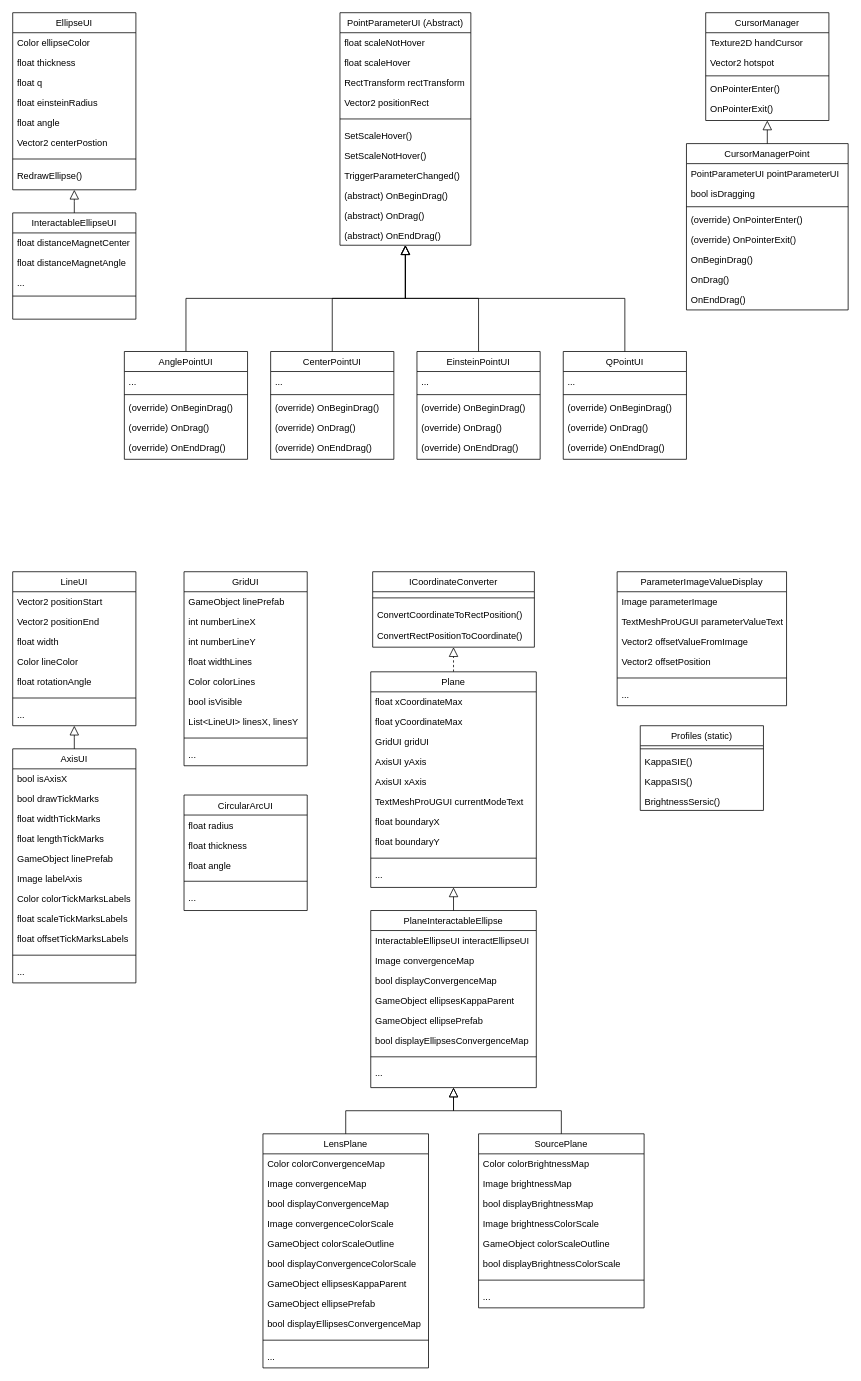
The draw.io diagram IGLOO_Diagram.drawio in shoutizix/DiagramIGLOO, before the edit. Source tidied: cells renumbered, new cells numbered last; positions are measured from the earlier drawing's top-left corner, leaving out a move shared by most shapes. Both pictures are drawn from the tidied source at 77%, with x=0, y=0 at pixel (12, 12).
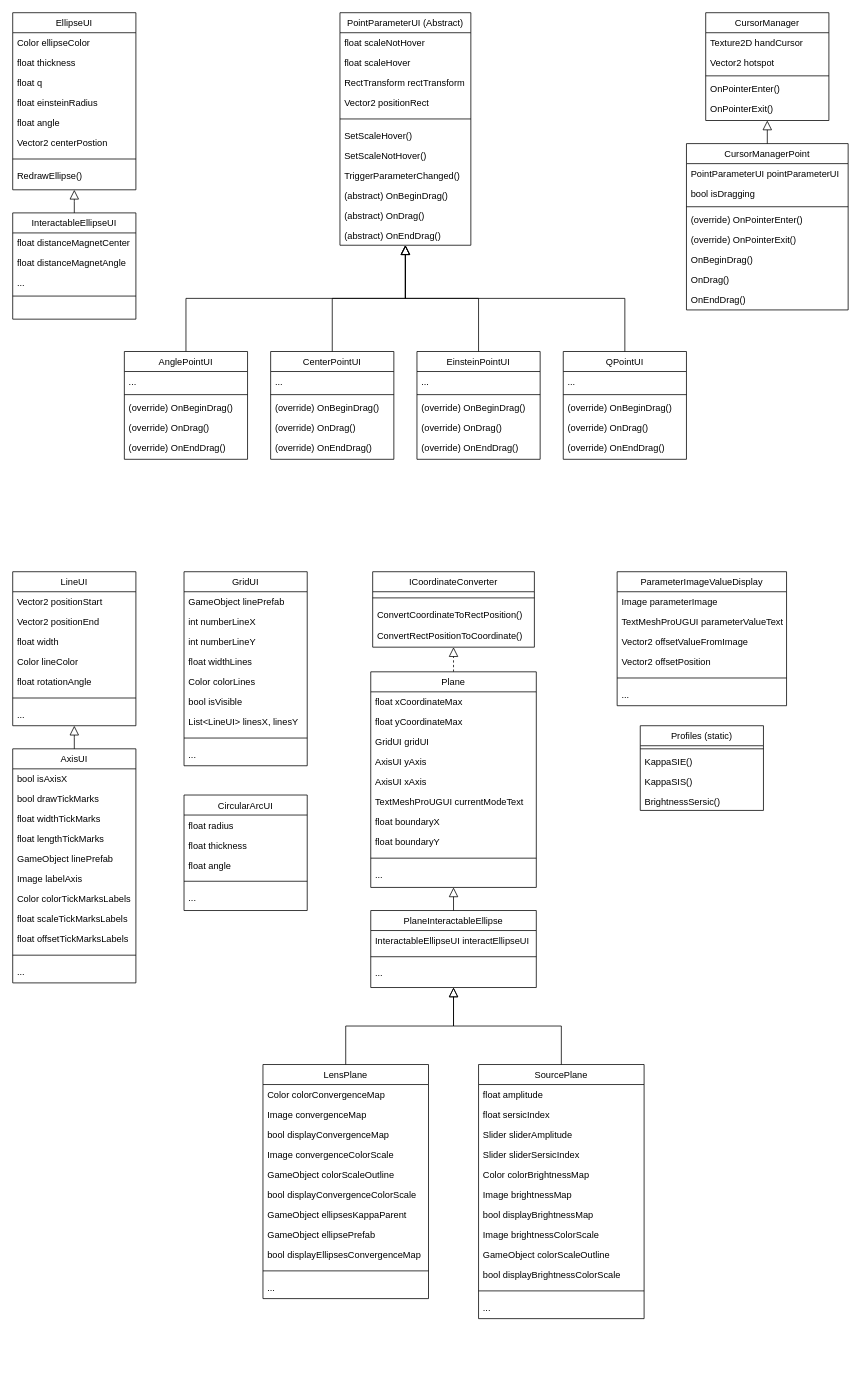
Above is the later version.

The edit, as a diff of the source:
```diff
@@
     <mxCell id="138" value="PlaneInteractableEllipse" style="swimlane;fontStyle=0;align=center;verticalAlign=top;horizontal=1;startSize=26;rounded=0;shadow=0;strokeWidth=1;" parent="1" vertex="1">
-      <mxGeometry x="465" y="1166" width="215" height="230" as="geometry" />
+      <mxGeometry x="465" y="1166" width="215" height="100" as="geometry" />
     </mxCell>
@@
-    <mxCell id="140" value="Image convergenceMap" style="text;align=left;verticalAlign=top;spacingLeft=4;spacingRight=4;overflow=hidden;rounded=0;shadow=0;html=0;" parent="138" vertex="1">
-      <mxGeometry y="52" width="215" height="26" as="geometry" />
-    </mxCell>
-    <mxCell id="141" value="bool displayConvergenceMap" style="text;align=left;verticalAlign=top;spacingLeft=4;spacingRight=4;overflow=hidden;rounded=0;shadow=0;html=0;" parent="138" vertex="1">
-      <mxGeometry y="78" width="215" height="26" as="geometry" />
-    </mxCell>
-    <mxCell id="142" value="GameObject ellipsesKappaParent" style="text;align=left;verticalAlign=top;spacingLeft=4;spacingRight=4;overflow=hidden;rounded=0;shadow=0;html=0;" parent="138" vertex="1">
-      <mxGeometry y="104" width="215" height="26" as="geometry" />
-    </mxCell>
-    <mxCell id="143" value="GameObject ellipsePrefab" style="text;align=left;verticalAlign=top;spacingLeft=4;spacingRight=4;overflow=hidden;rounded=0;shadow=0;html=0;" parent="138" vertex="1">
-      <mxGeometry y="130" width="215" height="26" as="geometry" />
-    </mxCell>
-    <mxCell id="144" value="bool displayEllipsesConvergenceMap" style="text;align=left;verticalAlign=top;spacingLeft=4;spacingRight=4;overflow=hidden;rounded=0;shadow=0;html=0;" parent="138" vertex="1">
-      <mxGeometry y="156" width="215" height="26" as="geometry" />
-    </mxCell>
     <mxCell id="145" style="line;html=1;strokeWidth=1;align=left;verticalAlign=middle;spacingTop=-1;spacingLeft=3;spacingRight=3;labelPosition=right;" parent="138" vertex="1">
-      <mxGeometry y="182" width="215" height="16" as="geometry" />
+      <mxGeometry y="52" width="215" height="16" as="geometry" />
     </mxCell>
     <mxCell id="146" value="..." style="text;align=left;verticalAlign=top;spacingLeft=4;spacingRight=4;overflow=hidden;" parent="138" vertex="1">
-      <mxGeometry y="198" width="215" height="28" as="geometry" />
+      <mxGeometry y="68" width="215" height="28" as="geometry" />
     </mxCell>
@@
     <mxCell id="148" value="SourcePlane" style="swimlane;fontStyle=0;align=center;verticalAlign=top;horizontal=1;startSize=26;rounded=0;shadow=0;strokeWidth=1;" parent="1" vertex="1">
-      <mxGeometry x="605" y="1456" width="215" height="226" as="geometry" />
+      <mxGeometry x="605" y="1366" width="215" height="330" as="geometry" />
     </mxCell>
-    <mxCell id="149" value="Color colorBrightnessMap" style="text;align=left;verticalAlign=top;spacingLeft=4;spacingRight=4;overflow=hidden;rounded=0;shadow=0;html=0;" parent="148" vertex="1">
+    <mxCell id="149" value="float amplitude" style="text;align=left;verticalAlign=top;spacingLeft=4;spacingRight=4;overflow=hidden;rounded=0;shadow=0;html=0;" parent="148" vertex="1">
       <mxGeometry y="26" width="215" height="26" as="geometry" />
     </mxCell>
+    <mxCell id="171" value="float sersicIndex" style="text;align=left;verticalAlign=top;spacingLeft=4;spacingRight=4;overflow=hidden;rounded=0;shadow=0;html=0;" parent="148" vertex="1">
+      <mxGeometry y="52" width="215" height="26" as="geometry" />
+    </mxCell>
+    <mxCell id="172" value="Slider sliderAmplitude" style="text;align=left;verticalAlign=top;spacingLeft=4;spacingRight=4;overflow=hidden;rounded=0;shadow=0;html=0;" parent="148" vertex="1">
+      <mxGeometry y="78" width="215" height="26" as="geometry" />
+    </mxCell>
+    <mxCell id="173" value="Slider sliderSersicIndex" style="text;align=left;verticalAlign=top;spacingLeft=4;spacingRight=4;overflow=hidden;rounded=0;shadow=0;html=0;" parent="148" vertex="1">
+      <mxGeometry y="104" width="215" height="26" as="geometry" />
+    </mxCell>
+    <mxCell id="174" value="Color colorBrightnessMap" style="text;align=left;verticalAlign=top;spacingLeft=4;spacingRight=4;overflow=hidden;rounded=0;shadow=0;html=0;" parent="148" vertex="1">
+      <mxGeometry y="130" width="215" height="26" as="geometry" />
+    </mxCell>
     <mxCell id="150" value="Image brightnessMap" style="text;align=left;verticalAlign=top;spacingLeft=4;spacingRight=4;overflow=hidden;rounded=0;shadow=0;html=0;" parent="148" vertex="1">
-      <mxGeometry y="52" width="215" height="26" as="geometry" />
+      <mxGeometry y="156" width="215" height="26" as="geometry" />
     </mxCell>
     <mxCell id="151" value="bool displayBrightnessMap" style="text;align=left;verticalAlign=top;spacingLeft=4;spacingRight=4;overflow=hidden;rounded=0;shadow=0;html=0;" parent="148" vertex="1">
-      <mxGeometry y="78" width="215" height="26" as="geometry" />
+      <mxGeometry y="182" width="215" height="26" as="geometry" />
     </mxCell>
     <mxCell id="152" value="Image brightnessColorScale" style="text;align=left;verticalAlign=top;spacingLeft=4;spacingRight=4;overflow=hidden;rounded=0;shadow=0;html=0;" parent="148" vertex="1">
-      <mxGeometry y="104" width="215" height="26" as="geometry" />
+      <mxGeometry y="208" width="215" height="26" as="geometry" />
     </mxCell>
     <mxCell id="153" value="GameObject colorScaleOutline" style="text;align=left;verticalAlign=top;spacingLeft=4;spacingRight=4;overflow=hidden;rounded=0;shadow=0;html=0;" parent="148" vertex="1">
-      <mxGeometry y="130" width="215" height="26" as="geometry" />
+      <mxGeometry y="234" width="215" height="26" as="geometry" />
     </mxCell>
     <mxCell id="154" value="bool displayBrightnessColorScale" style="text;align=left;verticalAlign=top;spacingLeft=4;spacingRight=4;overflow=hidden;rounded=0;shadow=0;html=0;" parent="148" vertex="1">
-      <mxGeometry y="156" width="215" height="26" as="geometry" />
+      <mxGeometry y="260" width="215" height="26" as="geometry" />
     </mxCell>
     <mxCell id="155" style="line;html=1;strokeWidth=1;align=left;verticalAlign=middle;spacingTop=-1;spacingLeft=3;spacingRight=3;labelPosition=right;" parent="148" vertex="1">
-      <mxGeometry y="182" width="215" height="16" as="geometry" />
+      <mxGeometry y="286" width="215" height="16" as="geometry" />
     </mxCell>
     <mxCell id="156" value="..." style="text;align=left;verticalAlign=top;spacingLeft=4;spacingRight=4;overflow=hidden;" parent="148" vertex="1">
-      <mxGeometry y="198" width="215" height="28" as="geometry" />
+      <mxGeometry y="302" width="215" height="28" as="geometry" />
     </mxCell>
     <mxCell id="157" value="LensPlane" style="swimlane;fontStyle=0;align=center;verticalAlign=top;horizontal=1;startSize=26;rounded=0;shadow=0;strokeWidth=1;" parent="1" vertex="1">
-      <mxGeometry x="325" y="1456" width="215" height="304" as="geometry" />
+      <mxGeometry x="325" y="1366" width="215" height="304" as="geometry" />
     </mxCell>
```
